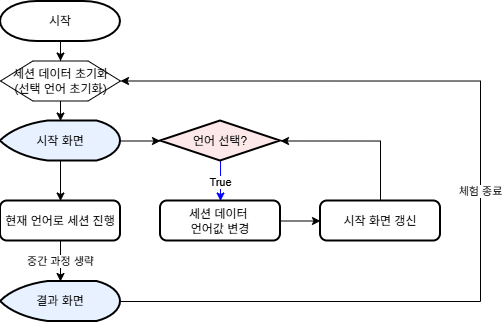
company-cellbig/kocca30 keeps this draw.io diagram as assets/시범콘텐츠/탈놀음/플로우_언어선택.png. Above is the earlier version. Source tidied: cells renumbered, new cells last; positions are measured from the earlier drawing's top-left corner, leaving out a move shared by most shapes.
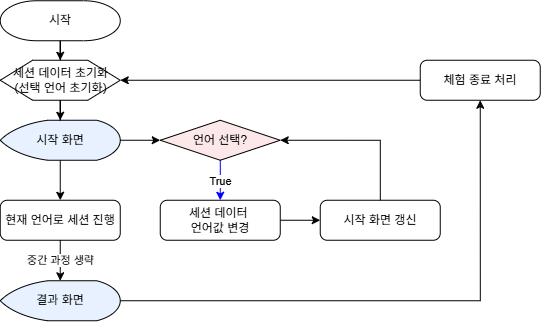
The same file after the commit.

The edit, as a diff of the source:
```diff
@@ -2,67 +2,72 @@
   <root>
     <mxCell id="0" />
     <mxCell id="1" parent="0" />
-    <mxCell id="2" style="edgeStyle=orthogonalEdgeStyle;rounded=0;jettySize=auto;html=1;entryX=0.5;entryY=0;entryDx=0;entryDy=0;" parent="1" edge="1" source="3" target="12">
+    <mxCell id="2" style="edgeStyle=orthogonalEdgeStyle;rounded=0;jettySize=auto;html=1;entryX=0.5;entryY=0;entryDx=0;entryDy=0;strokeWidth=1;" parent="1" edge="1" source="3" target="12">
       <mxGeometry relative="1" as="geometry" />
     </mxCell>
-    <mxCell id="3" value="시작" style="strokeWidth=2;html=1;shape=mxgraph.flowchart.terminator;whiteSpace=wrap;" parent="1" vertex="1">
+    <mxCell id="3" value="시작" style="strokeWidth=1;html=1;shape=mxgraph.flowchart.terminator;whiteSpace=wrap;" parent="1" vertex="1">
       <mxGeometry width="120" height="40" as="geometry" />
     </mxCell>
-    <mxCell id="4" value="True" style="edgeStyle=orthogonalEdgeStyle;rounded=0;jettySize=auto;html=1;entryX=0.5;entryY=0;entryDx=0;entryDy=0;strokeColor=#0000FF;" parent="1" edge="1" target="6">
+    <mxCell id="4" value="True" style="edgeStyle=orthogonalEdgeStyle;rounded=0;jettySize=auto;html=1;entryX=0.5;entryY=0;entryDx=0;entryDy=0;strokeColor=#0000FF;strokeWidth=1;" parent="1" edge="1" target="6">
       <mxGeometry relative="1" as="geometry">
         <mxPoint x="220" y="159.5" as="sourcePoint" />
       </mxGeometry>
     </mxCell>
-    <mxCell id="5" style="edgeStyle=orthogonalEdgeStyle;rounded=0;jettySize=auto;html=1;entryX=0;entryY=0.5;entryDx=0;entryDy=0;" parent="1" edge="1" source="6" target="7">
+    <mxCell id="5" style="edgeStyle=orthogonalEdgeStyle;rounded=0;jettySize=auto;html=1;entryX=0;entryY=0.5;entryDx=0;entryDy=0;strokeWidth=1;" parent="1" edge="1" source="6" target="7">
       <mxGeometry relative="1" as="geometry" />
     </mxCell>
-    <mxCell id="6" value="세션 데이터&amp;nbsp;&lt;div&gt;언어값 변경&lt;/div&gt;" style="rounded=1;whiteSpace=wrap;html=1;absoluteArcSize=1;arcSize=14;strokeWidth=2;" parent="1" vertex="1">
+    <mxCell id="6" value="세션 데이터&amp;nbsp;&lt;div&gt;언어값 변경&lt;/div&gt;" style="rounded=1;whiteSpace=wrap;html=1;absoluteArcSize=1;arcSize=14;strokeWidth=1;" parent="1" vertex="1">
       <mxGeometry x="160" y="199.5" width="120" height="40" as="geometry" />
     </mxCell>
-    <mxCell id="7" value="시작 화면 갱신" style="rounded=1;whiteSpace=wrap;html=1;absoluteArcSize=1;arcSize=14;strokeWidth=2;" parent="1" vertex="1">
+    <mxCell id="7" value="시작 화면 갱신" style="rounded=1;whiteSpace=wrap;html=1;absoluteArcSize=1;arcSize=14;strokeWidth=1;" parent="1" vertex="1">
       <mxGeometry x="320" y="199.5" width="120" height="40" as="geometry" />
     </mxCell>
-    <mxCell id="8" style="edgeStyle=orthogonalEdgeStyle;rounded=0;jettySize=auto;html=1;entryX=1;entryY=0.5;entryDx=0;entryDy=0;entryPerimeter=0;" parent="1" edge="1" source="7" target="11">
+    <mxCell id="8" style="edgeStyle=orthogonalEdgeStyle;rounded=0;jettySize=auto;html=1;entryX=1;entryY=0.5;entryDx=0;entryDy=0;entryPerimeter=0;strokeWidth=1;" parent="1" edge="1" source="7" target="11">
       <mxGeometry relative="1" as="geometry">
         <Array as="points">
           <mxPoint x="380" y="139.5" />
         </Array>
       </mxGeometry>
     </mxCell>
-    <mxCell id="9" style="edgeStyle=orthogonalEdgeStyle;rounded=0;jettySize=auto;html=1;entryX=0.5;entryY=0;entryDx=0;entryDy=0;" parent="1" edge="1" source="10" target="15">
+    <mxCell id="9" style="edgeStyle=orthogonalEdgeStyle;rounded=0;jettySize=auto;html=1;entryX=0.5;entryY=0;entryDx=0;entryDy=0;strokeWidth=1;" parent="1" edge="1" source="10" target="15">
       <mxGeometry relative="1" as="geometry" />
     </mxCell>
-    <mxCell id="10" value="시작 화면" style="strokeWidth=2;html=1;shape=mxgraph.flowchart.display;whiteSpace=wrap;fillColor=#E8F1FF;" parent="1" vertex="1">
+    <mxCell id="10" value="시작 화면" style="strokeWidth=1;html=1;shape=mxgraph.flowchart.display;whiteSpace=wrap;fillColor=#E8F1FF;" parent="1" vertex="1">
       <mxGeometry y="119.5" width="120" height="40" as="geometry" />
     </mxCell>
-    <mxCell id="11" value="언어 선택?" style="strokeWidth=2;html=1;shape=mxgraph.flowchart.decision;whiteSpace=wrap;fillColor=#FCE8E8;" parent="1" vertex="1">
+    <mxCell id="11" value="언어 선택?" style="strokeWidth=1;html=1;shape=mxgraph.flowchart.decision;whiteSpace=wrap;fillColor=#FCE8E8;" parent="1" vertex="1">
       <mxGeometry x="160" y="119.5" width="120" height="40" as="geometry" />
     </mxCell>
-    <mxCell id="12" value="세션 데이터&amp;nbsp;&lt;span style=&quot;background-color: transparent; color: light-dark(rgb(0, 0, 0), rgb(255, 255, 255));&quot;&gt;초기화&lt;/span&gt;&lt;div&gt;&lt;span style=&quot;background-color: transparent; color: light-dark(rgb(0, 0, 0), rgb(255, 255, 255));&quot;&gt;(선택 언어 초기화)&lt;/span&gt;&lt;/div&gt;" style="verticalLabelPosition=middle;verticalAlign=middle;html=1;shape=hexagon;perimeter=hexagonPerimeter2;arcSize=6;size=0.27;labelPosition=center;align=center;" parent="1" vertex="1">
+    <mxCell id="12" value="세션 데이터&amp;nbsp;&lt;span style=&quot;background-color: transparent; color: light-dark(rgb(0, 0, 0), rgb(255, 255, 255));&quot;&gt;초기화&lt;/span&gt;&lt;div&gt;&lt;span style=&quot;background-color: transparent; color: light-dark(rgb(0, 0, 0), rgb(255, 255, 255));&quot;&gt;(선택 언어 초기화)&lt;/span&gt;&lt;/div&gt;" style="verticalLabelPosition=middle;verticalAlign=middle;html=1;shape=hexagon;perimeter=hexagonPerimeter2;arcSize=6;size=0.27;labelPosition=center;align=center;strokeWidth=1;" parent="1" vertex="1">
       <mxGeometry y="59.5" width="120" height="40" as="geometry" />
     </mxCell>
-    <mxCell id="13" style="edgeStyle=orthogonalEdgeStyle;rounded=0;jettySize=auto;html=1;entryX=0.5;entryY=0;entryDx=0;entryDy=0;entryPerimeter=0;" parent="1" edge="1" source="12" target="10">
+    <mxCell id="13" style="edgeStyle=orthogonalEdgeStyle;rounded=0;jettySize=auto;html=1;entryX=0.5;entryY=0;entryDx=0;entryDy=0;entryPerimeter=0;strokeWidth=1;" parent="1" edge="1" source="12" target="10">
       <mxGeometry relative="1" as="geometry" />
     </mxCell>
-    <mxCell id="14" style="edgeStyle=orthogonalEdgeStyle;rounded=0;jettySize=auto;html=1;entryX=0;entryY=0.5;entryDx=0;entryDy=0;entryPerimeter=0;" parent="1" edge="1" source="10" target="11">
+    <mxCell id="14" style="edgeStyle=orthogonalEdgeStyle;rounded=0;jettySize=auto;html=1;entryX=0;entryY=0.5;entryDx=0;entryDy=0;entryPerimeter=0;strokeWidth=1;" parent="1" edge="1" source="10" target="11">
       <mxGeometry relative="1" as="geometry" />
     </mxCell>
-    <mxCell id="15" value="현재 언어로 세션 진행" style="rounded=1;whiteSpace=wrap;html=1;absoluteArcSize=1;arcSize=14;strokeWidth=2;" parent="1" vertex="1">
+    <mxCell id="15" value="현재 언어로 세션 진행" style="rounded=1;whiteSpace=wrap;html=1;absoluteArcSize=1;arcSize=14;strokeWidth=1;" parent="1" vertex="1">
       <mxGeometry y="199.5" width="120" height="40" as="geometry" />
     </mxCell>
-    <mxCell id="16" value="체험 종료" style="edgeStyle=orthogonalEdgeStyle;rounded=0;jettySize=auto;html=1;entryX=1;entryY=0.5;entryDx=0;entryDy=0;" parent="1" edge="1" source="17" target="12">
+    <mxCell id="16" style="edgeStyle=orthogonalEdgeStyle;rounded=0;jettySize=auto;html=1;entryX=0.5;entryY=1;entryDx=0;entryDy=0;strokeWidth=1;" parent="1" edge="1" source="17" target="20">
       <mxGeometry relative="1" as="geometry">
         <Array as="points">
-          <mxPoint x="480" y="300" />
-          <mxPoint x="480" y="79.5" />
+          <mxPoint x="480.1" y="300" />
         </Array>
       </mxGeometry>
     </mxCell>
-    <mxCell id="17" value="결과 화면" style="strokeWidth=2;html=1;shape=mxgraph.flowchart.display;whiteSpace=wrap;fillColor=#E8F1FF;" parent="1" vertex="1">
+    <mxCell id="17" value="결과 화면" style="strokeWidth=1;html=1;shape=mxgraph.flowchart.display;whiteSpace=wrap;fillColor=#E8F1FF;" parent="1" vertex="1">
       <mxGeometry y="280" width="120" height="40" as="geometry" />
     </mxCell>
-    <mxCell id="18" value="중간 과정 생략" style="edgeStyle=orthogonalEdgeStyle;rounded=0;jettySize=auto;html=1;entryX=0.5;entryY=0;entryDx=0;entryDy=0;entryPerimeter=0;" parent="1" edge="1" source="15" target="17">
+    <mxCell id="18" value="중간 과정 생략" style="edgeStyle=orthogonalEdgeStyle;rounded=0;jettySize=auto;html=1;entryX=0.5;entryY=0;entryDx=0;entryDy=0;entryPerimeter=0;strokeWidth=1;" parent="1" edge="1" source="15" target="17">
       <mxGeometry relative="1" as="geometry" />
     </mxCell>
+    <mxCell id="19" style="edgeStyle=orthogonalEdgeStyle;rounded=0;jettySize=auto;html=1;entryX=1;entryY=0.5;entryDx=0;entryDy=0;" parent="1" edge="1" source="20" target="12">
+      <mxGeometry relative="1" as="geometry" />
+    </mxCell>
+    <mxCell id="20" value="체험 종료 처리" style="rounded=1;whiteSpace=wrap;html=1;absoluteArcSize=1;arcSize=14;strokeWidth=1;" parent="1" vertex="1">
+      <mxGeometry x="420" y="59.5" width="120" height="40" as="geometry" />
+    </mxCell>
   </root>
 </mxGraphModel>
```
